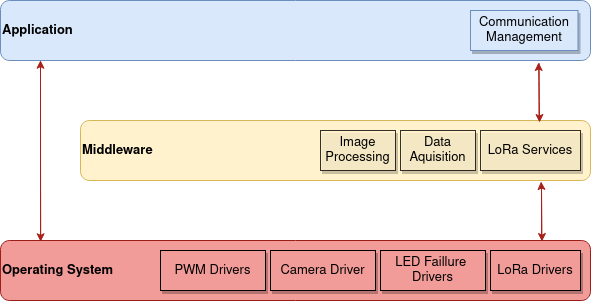
Earlier version of the draw.io export project/report/images/03system_overview/local_sw_arch.png (ESRGgroup9/slipad). Source tidied: cells renumbered, new cells last; positions are measured from the earlier drawing's top-left corner, leaving out a move shared by most shapes.
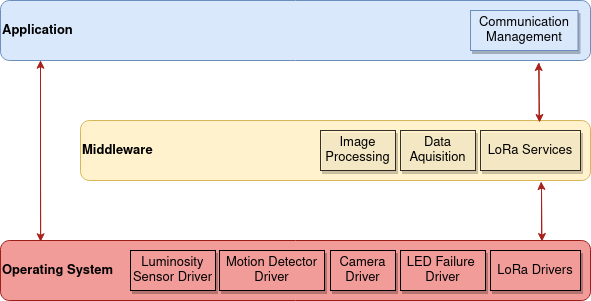
Above is the later version.

The edit, as a diff of the source:
```diff
@@ -38,14 +38,14 @@
     <mxCell id="9" value="Data Aquisition" style="rounded=0;whiteSpace=wrap;html=1;labelBackgroundColor=none;labelBorderColor=none;fontSize=13;strokeColor=#000000;strokeWidth=0.6;fillColor=#fff2cc;align=center;verticalAlign=middle;fontColor=default;opacity=80;shadow=1;" parent="1" vertex="1">
       <mxGeometry x="400" y="130" width="75" height="40" as="geometry" />
     </mxCell>
-    <mxCell id="10" value="LED Faillure&amp;nbsp; Drivers" style="rounded=0;whiteSpace=wrap;html=1;labelBackgroundColor=none;labelBorderColor=none;fontSize=13;fontColor=default;strokeColor=default;strokeWidth=0.6;fillColor=#F19C99;align=center;verticalAlign=middle;shadow=1;" parent="1" vertex="1">
-      <mxGeometry x="380" y="250" width="105" height="40" as="geometry" />
+    <mxCell id="10" value="LED Failure&amp;nbsp; Driver" style="rounded=0;whiteSpace=wrap;html=1;labelBackgroundColor=none;labelBorderColor=none;fontSize=13;fontColor=default;strokeColor=default;strokeWidth=0.6;fillColor=#F19C99;align=center;verticalAlign=middle;shadow=1;" parent="1" vertex="1">
+      <mxGeometry x="400" y="250" width="85" height="40" as="geometry" />
     </mxCell>
     <mxCell id="11" value="Camera Driver" style="rounded=0;whiteSpace=wrap;html=1;labelBackgroundColor=none;labelBorderColor=none;fontSize=13;fontColor=default;strokeColor=default;strokeWidth=0.6;fillColor=#F19C99;align=center;verticalAlign=middle;shadow=1;" parent="1" vertex="1">
-      <mxGeometry x="270" y="250" width="105" height="40" as="geometry" />
+      <mxGeometry x="330" y="250" width="65" height="40" as="geometry" />
     </mxCell>
-    <mxCell id="12" value="PWM Drivers" style="rounded=0;whiteSpace=wrap;html=1;labelBackgroundColor=none;labelBorderColor=none;fontSize=13;fontColor=default;strokeColor=default;strokeWidth=0.6;fillColor=#F19C99;align=center;verticalAlign=middle;shadow=1;" parent="1" vertex="1">
-      <mxGeometry x="160" y="250" width="105" height="40" as="geometry" />
+    <mxCell id="12" value="Motion Detector Driver" style="rounded=0;whiteSpace=wrap;html=1;labelBackgroundColor=none;labelBorderColor=none;fontSize=13;fontColor=default;strokeColor=default;strokeWidth=0.6;fillColor=#F19C99;align=center;verticalAlign=middle;shadow=1;" parent="1" vertex="1">
+      <mxGeometry x="219" y="250" width="105" height="40" as="geometry" />
     </mxCell>
     <mxCell id="13" value="Image Processing" style="rounded=0;whiteSpace=wrap;html=1;labelBackgroundColor=none;labelBorderColor=none;fontSize=13;strokeColor=#000000;strokeWidth=0.6;fillColor=#fff2cc;align=center;verticalAlign=middle;fontColor=default;opacity=80;shadow=1;" parent="1" vertex="1">
       <mxGeometry x="320" y="130" width="75" height="40" as="geometry" />
@@ -86,5 +86,8 @@
         </Array>
       </mxGeometry>
     </mxCell>
+    <mxCell id="19" value="Luminosity Sensor Driver" style="rounded=0;whiteSpace=wrap;html=1;labelBackgroundColor=none;labelBorderColor=none;fontSize=13;fontColor=default;strokeColor=default;strokeWidth=0.6;fillColor=#F19C99;align=center;verticalAlign=middle;shadow=1;" parent="1" vertex="1">
+      <mxGeometry x="130" y="250" width="85" height="40" as="geometry" />
+    </mxCell>
   </root>
 </mxGraphModel>
```
